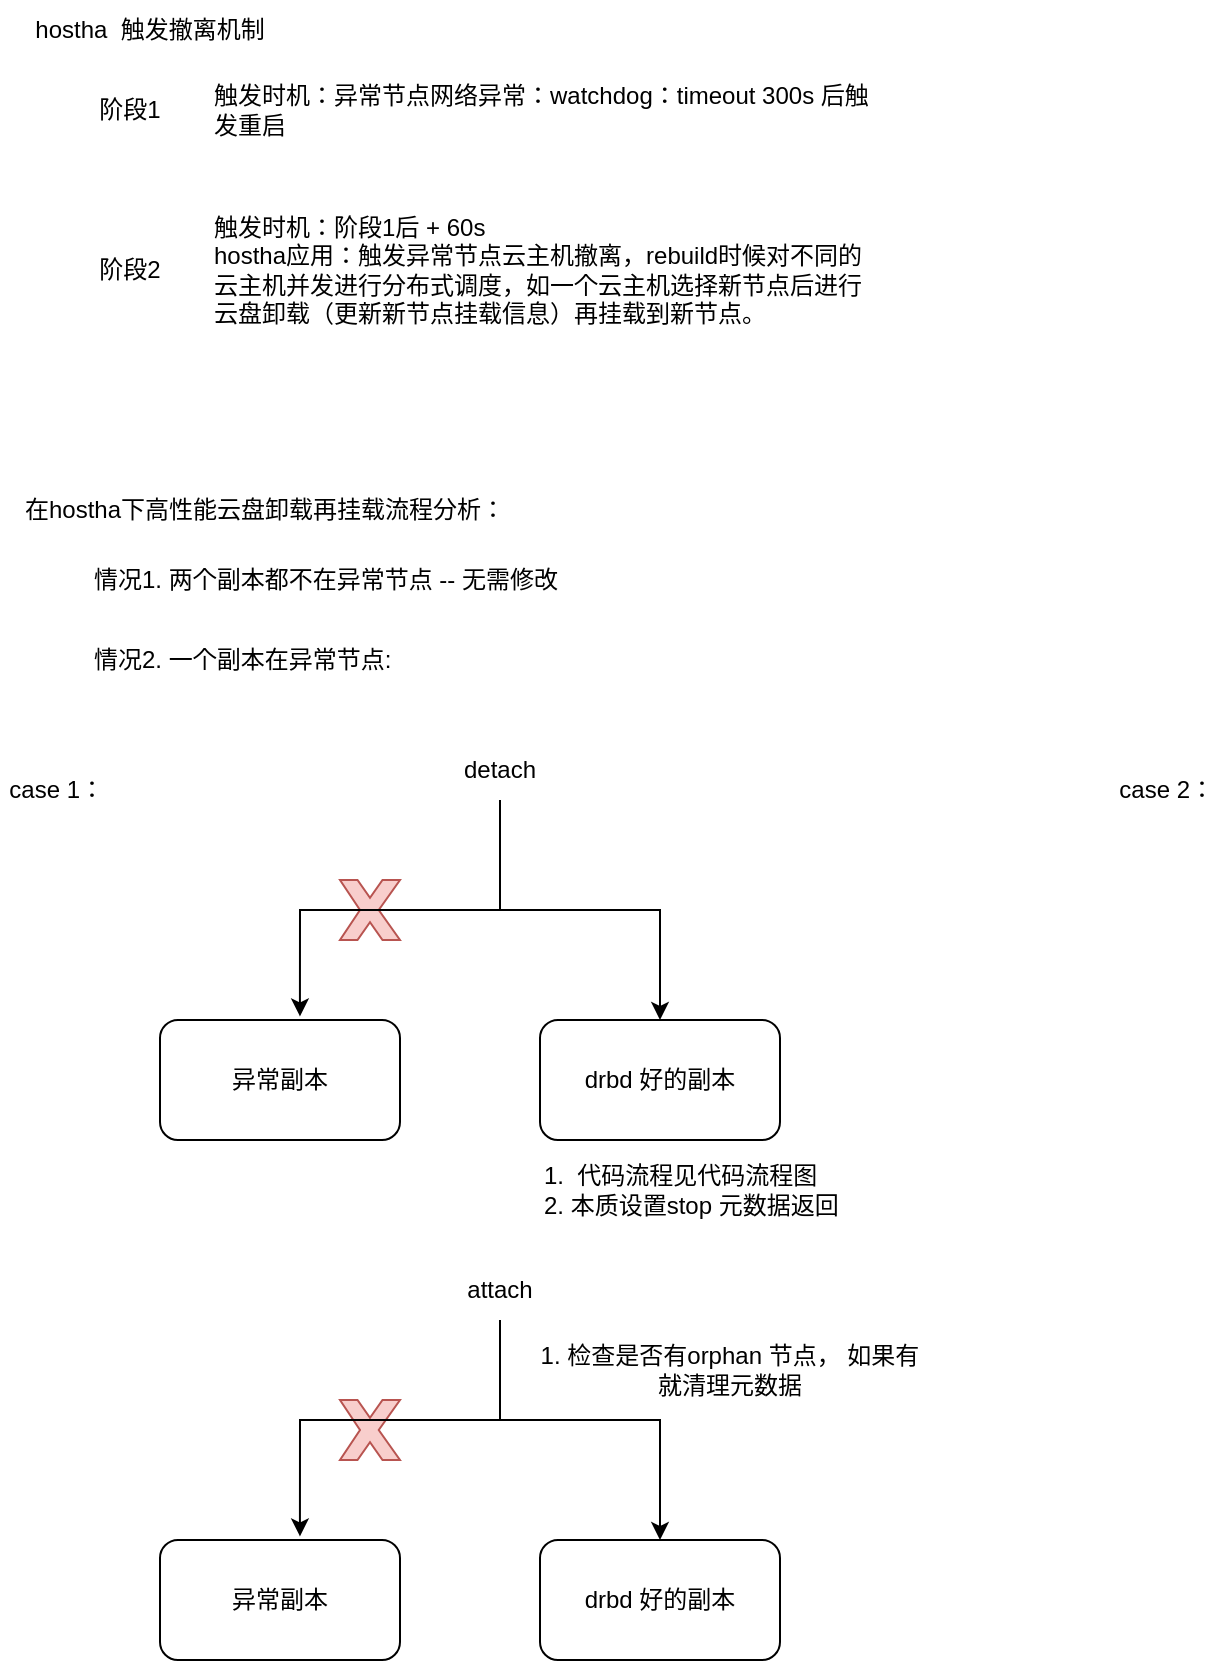
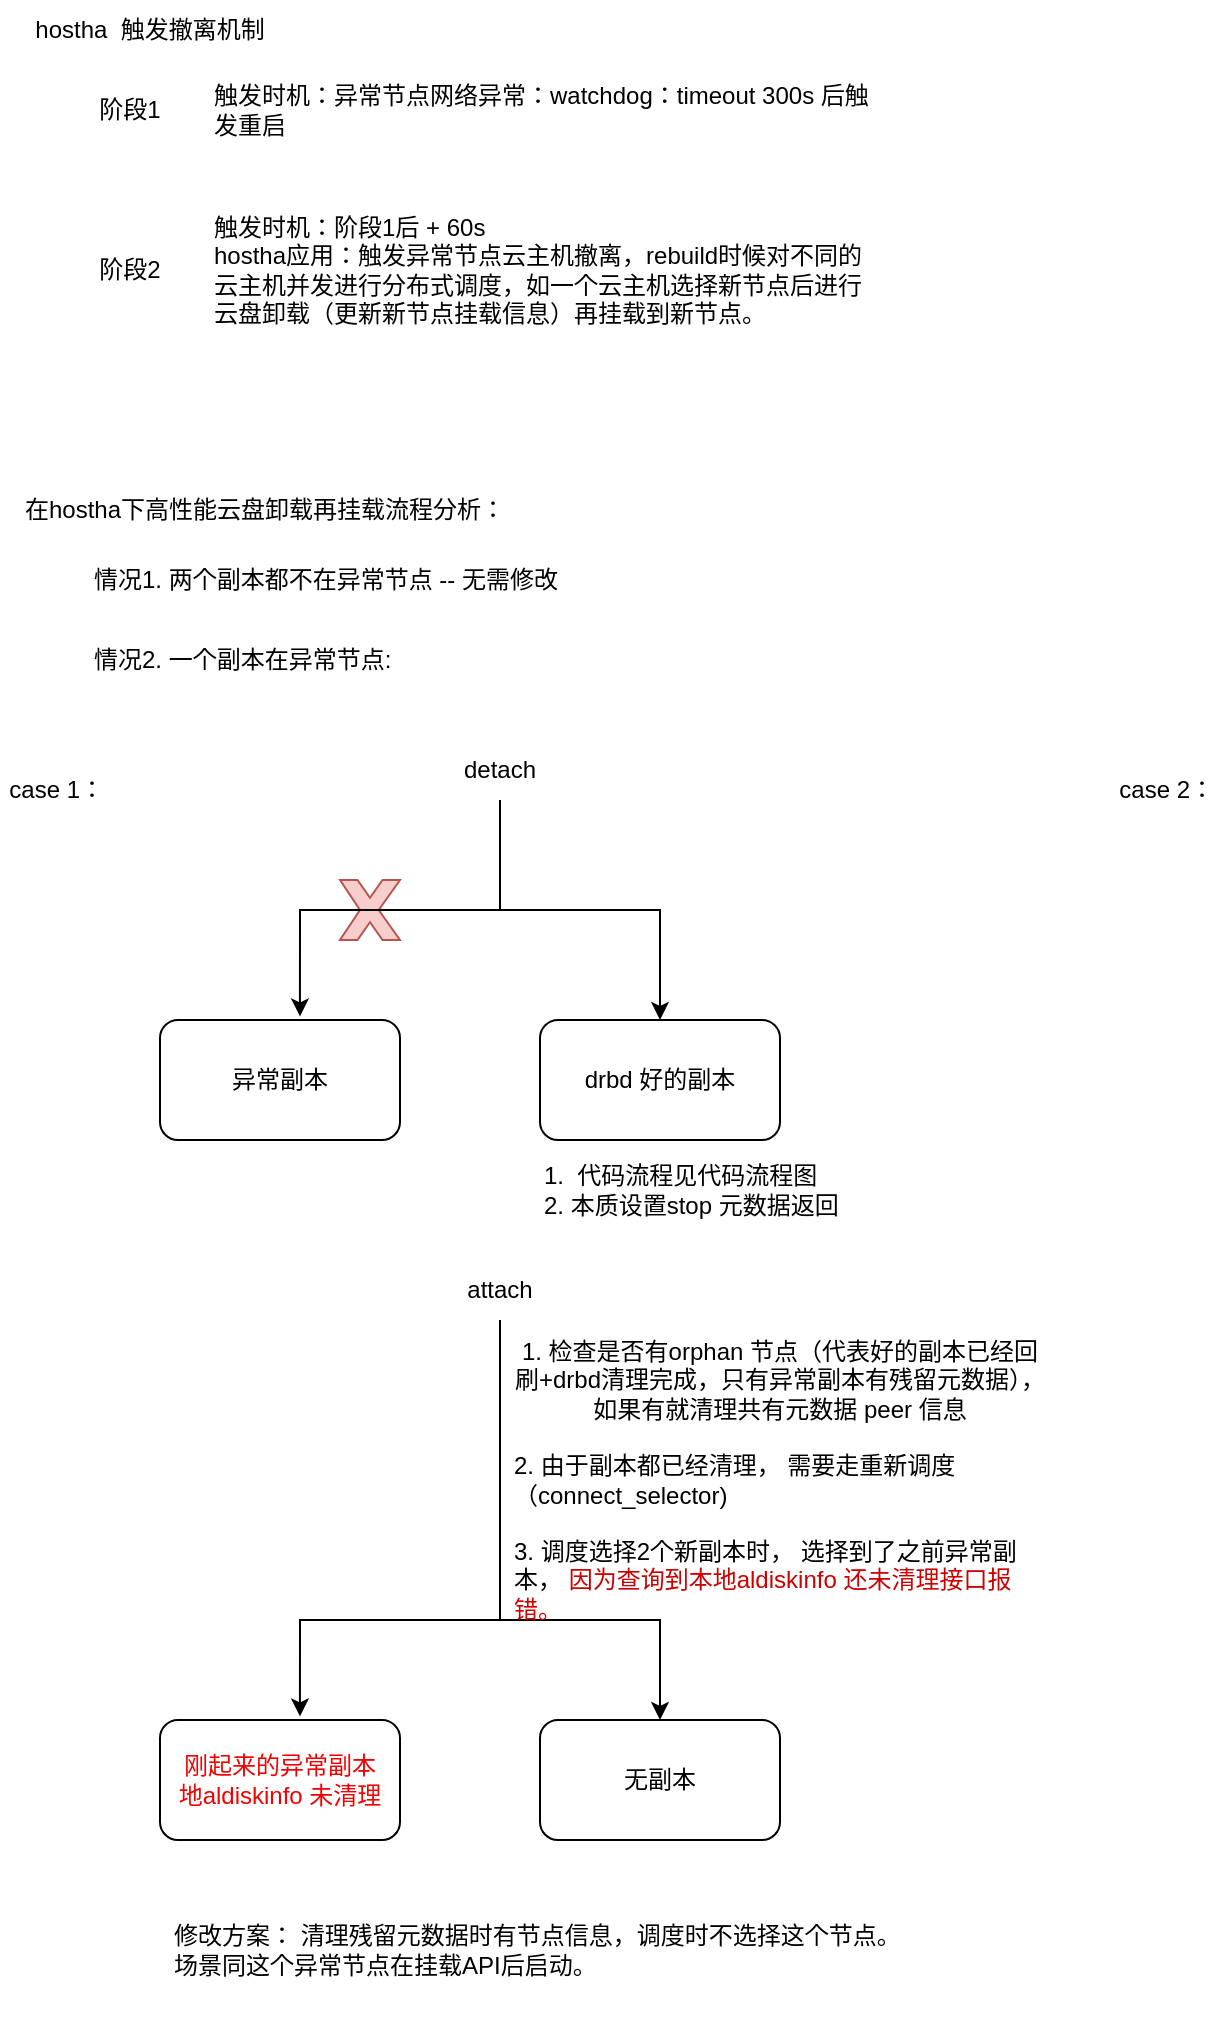
<mxfile host="app.diagrams.net" agent="Mozilla/5.0 (X11; Linux x86_64) AppleWebKit/537.36 (KHTML, like Gecko) Chrome/145.0.0.0 Safari/537.36">
  <diagram name="第 1 页" id="WLB_IpJYPBpg_R9iINLj">
    <mxGraphModel dx="1042" dy="646" grid="1" gridSize="10" guides="1" tooltips="1" connect="1" arrows="1" fold="1" page="1" pageScale="1" pageWidth="827" pageHeight="1169" math="0" shadow="0">
      <root>
        <mxCell id="0" />
        <mxCell id="1" parent="0" />
        <mxCell id="_Ufxnp0aobVkOo58oasB-13" parent="1" style="text;html=1;whiteSpace=wrap;strokeColor=none;fillColor=none;align=center;verticalAlign=middle;rounded=0;" value="hostha&amp;nbsp; 触发撤离机制" vertex="1">
          <mxGeometry height="30" width="120" x="70" y="20" as="geometry" />
        </mxCell>
        <mxCell id="_Ufxnp0aobVkOo58oasB-15" parent="1" style="text;html=1;whiteSpace=wrap;strokeColor=none;fillColor=none;align=center;verticalAlign=middle;rounded=0;" value="阶段1" vertex="1">
          <mxGeometry height="30" width="60" x="90" y="60" as="geometry" />
        </mxCell>
        <mxCell id="_Ufxnp0aobVkOo58oasB-16" parent="1" style="text;html=1;whiteSpace=wrap;strokeColor=none;fillColor=none;align=center;verticalAlign=middle;rounded=0;" value="阶段2" vertex="1">
          <mxGeometry height="30" width="60" x="90" y="140" as="geometry" />
        </mxCell>
        <mxCell id="_Ufxnp0aobVkOo58oasB-17" parent="1" style="text;html=1;whiteSpace=wrap;strokeColor=none;fillColor=none;align=left;verticalAlign=middle;rounded=0;" value="触发时机：异常节点网络异常：watchdog：timeout 300s 后触发重启" vertex="1">
          <mxGeometry height="50" width="330" x="160" y="50" as="geometry" />
        </mxCell>
        <mxCell id="_Ufxnp0aobVkOo58oasB-18" parent="1" style="text;html=1;whiteSpace=wrap;strokeColor=none;fillColor=none;align=left;verticalAlign=middle;rounded=0;" value="触发时机：阶段1后 + 60s&lt;br&gt;hostha应用：触发异常节点云主机撤离，rebuild时候对不同的云主机并发进行分布式调度，如一个云主机选择新节点后进行云盘卸载（更新新节点挂载信息）再挂载到新节点。" vertex="1">
          <mxGeometry height="50" width="330" x="160" y="130" as="geometry" />
        </mxCell>
        <mxCell id="_Ufxnp0aobVkOo58oasB-19" parent="1" style="text;html=1;whiteSpace=wrap;strokeColor=none;fillColor=none;align=center;verticalAlign=middle;rounded=0;" value="在hostha下高性能云盘卸载再挂载流程分析：" vertex="1">
          <mxGeometry height="30" width="265" x="55" y="260" as="geometry" />
        </mxCell>
        <mxCell id="_Ufxnp0aobVkOo58oasB-20" parent="1" style="text;html=1;whiteSpace=wrap;strokeColor=none;fillColor=none;align=left;verticalAlign=middle;rounded=0;" value="情况1. 两个副本都不在异常节点 -- 无需修改" vertex="1">
          <mxGeometry height="40" width="340" x="100" y="290" as="geometry" />
        </mxCell>
        <mxCell id="_Ufxnp0aobVkOo58oasB-21" parent="1" style="text;html=1;whiteSpace=wrap;strokeColor=none;fillColor=none;align=left;verticalAlign=middle;rounded=0;" value="&lt;div style=&quot;&quot;&gt;&lt;span style=&quot;background-color: transparent; color: light-dark(rgb(0, 0, 0), rgb(255, 255, 255));&quot;&gt;情况2. 一个副本在异常节点:&amp;nbsp;&lt;/span&gt;&lt;/div&gt;" vertex="1">
          <mxGeometry height="40" width="310" x="100" y="330" as="geometry" />
        </mxCell>
        <mxCell id="fCMbRvaDpKP1Wld_WHLn-1" parent="1" style="rounded=1;whiteSpace=wrap;html=1;" value="异常副本" vertex="1">
          <mxGeometry height="60" width="120" x="135" y="530" as="geometry" />
        </mxCell>
        <mxCell id="fCMbRvaDpKP1Wld_WHLn-2" parent="1" style="rounded=1;whiteSpace=wrap;html=1;" value="drbd 好的副本" vertex="1">
          <mxGeometry height="60" width="120" x="325" y="530" as="geometry" />
        </mxCell>
        <mxCell id="fCMbRvaDpKP1Wld_WHLn-5" edge="1" parent="1" source="fCMbRvaDpKP1Wld_WHLn-4" style="edgeStyle=orthogonalEdgeStyle;rounded=0;orthogonalLoop=1;jettySize=auto;html=1;" target="fCMbRvaDpKP1Wld_WHLn-2">
          <mxGeometry relative="1" as="geometry">
            <Array as="points">
              <mxPoint x="305" y="475" />
              <mxPoint x="385" y="475" />
            </Array>
          </mxGeometry>
        </mxCell>
        <mxCell id="fCMbRvaDpKP1Wld_WHLn-4" parent="1" style="text;html=1;whiteSpace=wrap;strokeColor=none;fillColor=none;align=center;verticalAlign=middle;rounded=0;" value="detach" vertex="1">
          <mxGeometry height="30" width="60" x="275" y="390" as="geometry" />
        </mxCell>
        <mxCell id="fCMbRvaDpKP1Wld_WHLn-7" parent="1" style="verticalLabelPosition=bottom;verticalAlign=top;html=1;shape=mxgraph.basic.x;fillColor=#f8cecc;strokeColor=#b85450;" value="" vertex="1">
          <mxGeometry height="30" width="30" x="225" y="460" as="geometry" />
        </mxCell>
        <mxCell id="fCMbRvaDpKP1Wld_WHLn-11" edge="1" parent="1" source="fCMbRvaDpKP1Wld_WHLn-4" style="edgeStyle=orthogonalEdgeStyle;rounded=0;orthogonalLoop=1;jettySize=auto;html=1;exitX=0.5;exitY=1;exitDx=0;exitDy=0;entryX=0.583;entryY=-0.03;entryDx=0;entryDy=0;entryPerimeter=0;" target="fCMbRvaDpKP1Wld_WHLn-1">
          <mxGeometry relative="1" as="geometry" />
        </mxCell>
        <mxCell id="fCMbRvaDpKP1Wld_WHLn-12" parent="1" style="text;html=1;whiteSpace=wrap;strokeColor=none;fillColor=none;align=center;verticalAlign=middle;rounded=0;" value="case 1：&amp;nbsp;" vertex="1">
          <mxGeometry height="30" width="60" x="55" y="400" as="geometry" />
        </mxCell>
        <mxCell id="fCMbRvaDpKP1Wld_WHLn-13" parent="1" style="text;html=1;whiteSpace=wrap;strokeColor=none;fillColor=none;align=center;verticalAlign=middle;rounded=0;" value="case 2：&amp;nbsp;" vertex="1">
          <mxGeometry height="30" width="60" x="610" y="400" as="geometry" />
        </mxCell>
        <mxCell id="fCMbRvaDpKP1Wld_WHLn-14" parent="1" style="text;html=1;whiteSpace=wrap;strokeColor=none;fillColor=none;align=left;verticalAlign=middle;rounded=0;" value="1.&amp;nbsp; 代码流程见代码流程图&lt;br&gt;2. 本质设置stop 元数据返回" vertex="1">
          <mxGeometry height="30" width="190" x="325" y="600" as="geometry" />
        </mxCell>
        <mxCell id="fCMbRvaDpKP1Wld_WHLn-15" parent="1" style="text;html=1;whiteSpace=wrap;strokeColor=none;fillColor=none;align=center;verticalAlign=middle;rounded=0;" value="attach" vertex="1">
          <mxGeometry height="30" width="60" x="275" y="650" as="geometry" />
        </mxCell>
-         <mxCell id="fCMbRvaDpKP1Wld_WHLn-18" parent="1" style="rounded=1;whiteSpace=wrap;html=1;" value="异常副本" vertex="1">
-           <mxGeometry height="60" width="120" x="135" y="790" as="geometry" />
+         <mxCell id="fCMbRvaDpKP1Wld_WHLn-18" parent="1" style="rounded=1;whiteSpace=wrap;html=1;" value="&lt;font style=&quot;color: light-dark(rgb(245, 0, 0), rgb(237, 237, 237));&quot;&gt;刚起来的异常副本&lt;br&gt;地aldiskinfo 未清理&lt;/font&gt;" vertex="1">
+           <mxGeometry height="60" width="120" x="135" y="880" as="geometry" />
        </mxCell>
-         <mxCell id="fCMbRvaDpKP1Wld_WHLn-19" parent="1" style="rounded=1;whiteSpace=wrap;html=1;" value="drbd 好的副本" vertex="1">
-           <mxGeometry height="60" width="120" x="325" y="790" as="geometry" />
+         <mxCell id="fCMbRvaDpKP1Wld_WHLn-19" parent="1" style="rounded=1;whiteSpace=wrap;html=1;" value="无副本" vertex="1">
+           <mxGeometry height="60" width="120" x="325" y="880" as="geometry" />
        </mxCell>
        <mxCell id="fCMbRvaDpKP1Wld_WHLn-20" edge="1" parent="1" style="edgeStyle=orthogonalEdgeStyle;rounded=0;orthogonalLoop=1;jettySize=auto;html=1;" target="fCMbRvaDpKP1Wld_WHLn-19">
          <mxGeometry relative="1" as="geometry">
            <Array as="points">
-               <mxPoint x="305" y="730" />
-               <mxPoint x="385" y="730" />
+               <mxPoint x="305" y="830" />
+               <mxPoint x="385" y="830" />
            </Array>
            <mxPoint x="305" y="680" as="sourcePoint" />
          </mxGeometry>
        </mxCell>
-         <mxCell id="fCMbRvaDpKP1Wld_WHLn-22" parent="1" style="verticalLabelPosition=bottom;verticalAlign=top;html=1;shape=mxgraph.basic.x;fillColor=#f8cecc;strokeColor=#b85450;" value="" vertex="1">
-           <mxGeometry height="30" width="30" x="225" y="720" as="geometry" />
-         </mxCell>
        <mxCell id="fCMbRvaDpKP1Wld_WHLn-23" edge="1" parent="1" style="edgeStyle=orthogonalEdgeStyle;rounded=0;orthogonalLoop=1;jettySize=auto;html=1;exitX=0.5;exitY=1;exitDx=0;exitDy=0;entryX=0.583;entryY=-0.03;entryDx=0;entryDy=0;entryPerimeter=0;" target="fCMbRvaDpKP1Wld_WHLn-18">
          <mxGeometry relative="1" as="geometry">
            <Array as="points">
-               <mxPoint x="305" y="730" />
-               <mxPoint x="205" y="730" />
+               <mxPoint x="305" y="830" />
+               <mxPoint x="205" y="830" />
            </Array>
            <mxPoint x="305" y="680" as="sourcePoint" />
          </mxGeometry>
        </mxCell>
-         <mxCell id="fCMbRvaDpKP1Wld_WHLn-24" parent="1" style="text;html=1;whiteSpace=wrap;strokeColor=none;fillColor=none;align=center;verticalAlign=middle;rounded=0;" value="1. 检查是否有orphan 节点， 如果有就清理元数据" vertex="1">
-           <mxGeometry height="50" width="200" x="320" y="680" as="geometry" />
+         <mxCell id="fCMbRvaDpKP1Wld_WHLn-24" parent="1" style="text;html=1;whiteSpace=wrap;strokeColor=none;fillColor=none;align=center;verticalAlign=middle;rounded=0;" value="1. 检查是否有orphan 节点（代表好的副本已经回刷+drbd清理完成，只有异常副本有残留元数据）， 如果有就清理共有元数据 peer 信息" vertex="1">
+           <mxGeometry height="60" width="270" x="310" y="680" as="geometry" />
+         </mxCell>
+         <mxCell id="fCMbRvaDpKP1Wld_WHLn-25" parent="1" style="text;html=1;whiteSpace=wrap;strokeColor=none;fillColor=none;align=left;verticalAlign=middle;rounded=0;" value="2. 由于副本都已经清理， 需要走重新调度（connect_selector)" vertex="1">
+           <mxGeometry height="60" width="270" x="310" y="730" as="geometry" />
+         </mxCell>
+         <mxCell id="fCMbRvaDpKP1Wld_WHLn-26" parent="1" style="text;html=1;whiteSpace=wrap;strokeColor=none;fillColor=none;align=left;verticalAlign=middle;rounded=0;" value="3. 调度选择2个新副本时， 选择到了之前异常副本， &lt;font style=&quot;color: rgb(204, 0, 0);&quot;&gt;因为查询到本地aldiskinfo 还未清理接口报错。&lt;/font&gt;" vertex="1">
+           <mxGeometry height="40" width="260" x="310" y="790" as="geometry" />
+         </mxCell>
+         <mxCell id="fCMbRvaDpKP1Wld_WHLn-27" parent="1" style="text;html=1;whiteSpace=wrap;strokeColor=none;fillColor=none;align=left;verticalAlign=middle;rounded=0;" value="修改方案： 清理残留元数据时有节点信息，调度时不选择这个节点。&lt;br&gt;场景同这个异常节点在挂载API后启动。&amp;nbsp;" vertex="1">
+           <mxGeometry height="70" width="440" x="140" y="960" as="geometry" />
        </mxCell>
      </root>
    </mxGraphModel>
  </diagram>
</mxfile>
